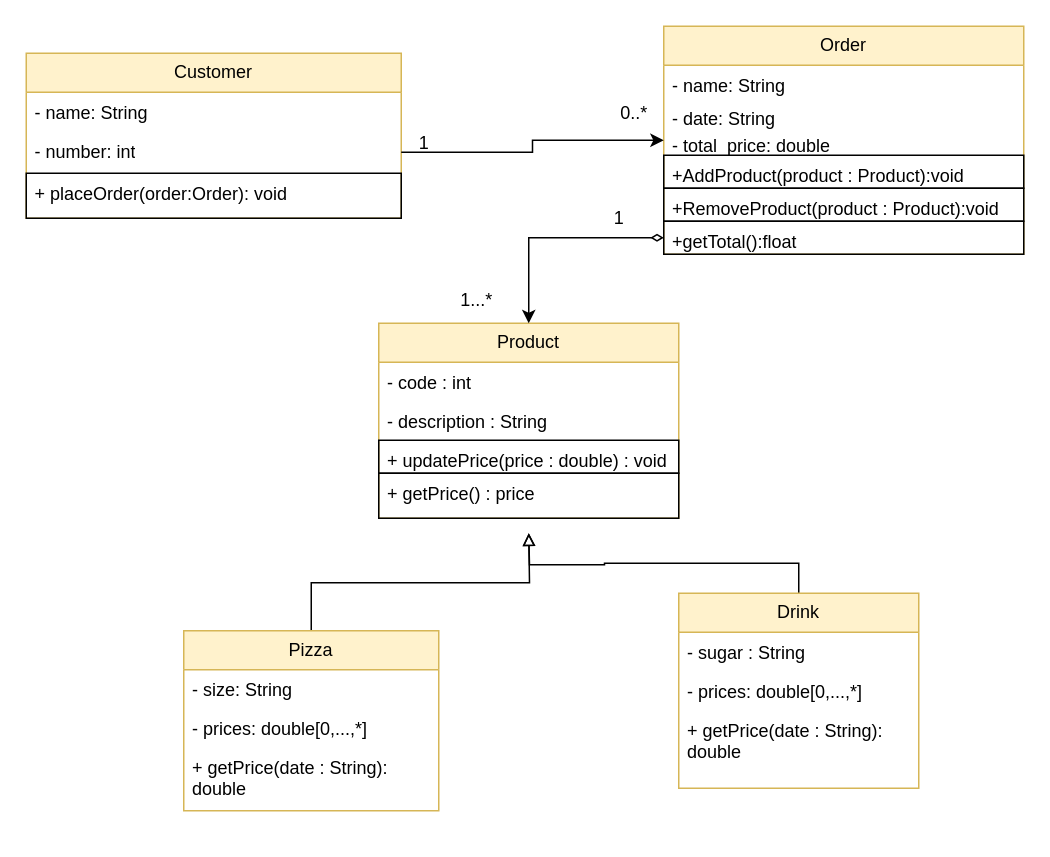
The draw.io diagram Q1B.drawio in Noah-B-Reef/CS-3560-Homework-3, before the edit. Source tidied: cells renumbered, new cells numbered last; positions are measured from the earlier drawing's top-left corner, leaving out a move shared by most shapes. Both pictures are drawn from the tidied source at 150%, with x=0, y=0 at pixel (26, 26).
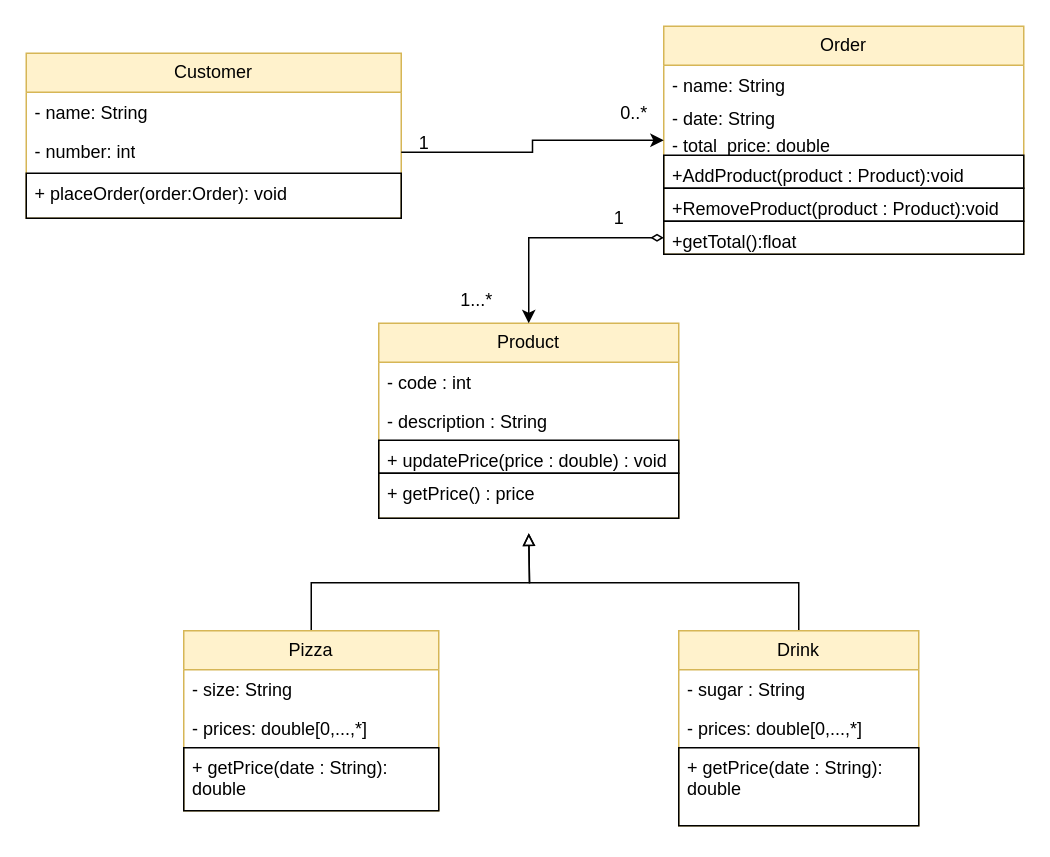
The same diagram, later.

Unchanged cells that the change refers to:
```xml
<mxCell id="19" value="Pizza" style="swimlane;fontStyle=0;horizontal=1;startSize=26;fillColor=#fff2cc;whiteSpace=wrap;html=1;strokeColor=#d6b656;" parent="1" vertex="1">
  <mxGeometry x="105" y="403" width="170" height="120" as="geometry" />
</mxCell>
```

The edit, as a diff of the source:
```diff
@@
-    <mxCell id="22" value="+ getPrice(date : String): double" style="text;strokeColor=none;fillColor=none;align=left;verticalAlign=top;spacingLeft=4;spacingRight=4;overflow=hidden;whiteSpace=wrap;html=1;" parent="19" vertex="1">
+    <mxCell id="22" value="+ getPrice(date : String): double" style="text;strokeColor=default;fillColor=none;align=left;verticalAlign=top;spacingLeft=4;spacingRight=4;overflow=hidden;whiteSpace=wrap;html=1;" parent="19" vertex="1">
       <mxGeometry y="78" width="170" height="42" as="geometry" />
     </mxCell>
@@
     <mxCell id="24" value="Drink" style="swimlane;fontStyle=0;horizontal=1;startSize=26;fillColor=#fff2cc;whiteSpace=wrap;html=1;strokeColor=#d6b656;" parent="1" vertex="1">
-      <mxGeometry x="435" y="378" width="160" height="130" as="geometry" />
+      <mxGeometry x="435" y="403" width="160" height="130" as="geometry" />
     </mxCell>
@@
-    <mxCell id="27" value="+ getPrice(date : String): double" style="text;strokeColor=none;fillColor=none;align=left;verticalAlign=top;spacingLeft=4;spacingRight=4;overflow=hidden;whiteSpace=wrap;html=1;" parent="24" vertex="1">
+    <mxCell id="27" value="+ getPrice(date : String): double" style="text;strokeColor=default;fillColor=none;align=left;verticalAlign=top;spacingLeft=4;spacingRight=4;overflow=hidden;whiteSpace=wrap;html=1;" parent="24" vertex="1">
       <mxGeometry y="78" width="160" height="52" as="geometry" />
     </mxCell>
```
